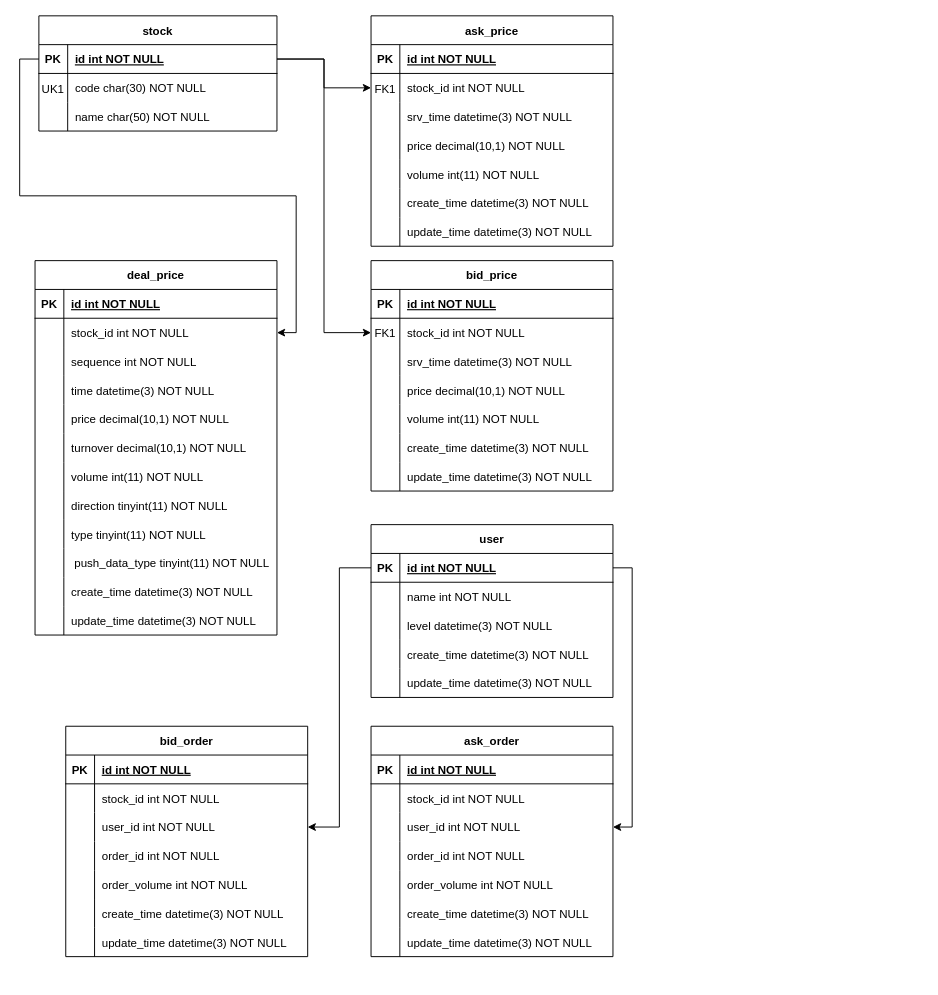
Before: docs/futu.drawio in dulingkang/python, a draw.io diagram. Source tidied: cells renumbered, new cells numbered last; positions are measured from the earlier drawing's top-left corner, leaving out a move shared by most shapes. Both pictures are drawn from the tidied source at 96%, with x=0, y=0 at pixel (35, 15).
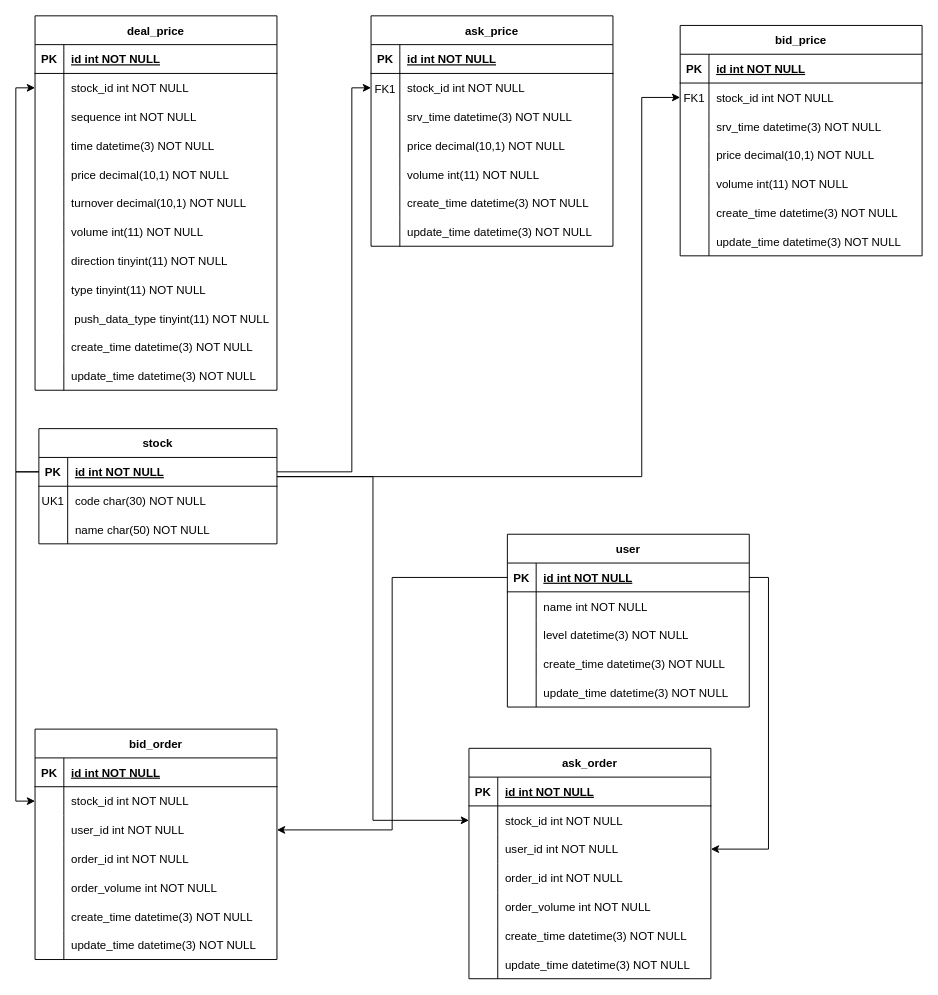
After the change.

The change refers to these unchanged cells:
```xml
<mxCell id="6" style="shape=partialRectangle;fillColor=none;points=[[0,0.5],[1,0.5]];portConstraint=eastwest;top=0;left=0;right=0;bottom=0;" parent="2" vertex="1">
  <mxGeometry y="60" width="252" height="30" as="geometry" />
</mxCell>
<mxCell id="25" style="shape=partialRectangle;fillColor=none;points=[[0,0.5],[1,0.5]];portConstraint=eastwest;top=0;left=0;right=0;bottom=1;" parent="24" vertex="1">
  <mxGeometry y="30" width="248" height="30" as="geometry" />
</mxCell>
<mxCell id="40" style="shape=partialRectangle;fillColor=none;points=[[0,0.5],[1,0.5]];portConstraint=eastwest;top=0;left=0;right=0;bottom=0;" parent="36" vertex="1">
  <mxGeometry y="60" width="252" height="30" as="geometry" />
</mxCell>
<mxCell id="63" style="shape=partialRectangle;fillColor=none;points=[[0,0.5],[1,0.5]];portConstraint=eastwest;top=0;left=0;right=0;bottom=0;" parent="59" vertex="1">
  <mxGeometry y="60" width="252" height="30" as="geometry" />
</mxCell>
<mxCell id="116" style="shape=partialRectangle;fillColor=none;points=[[0,0.5],[1,0.5]];portConstraint=eastwest;top=0;left=0;right=0;bottom=0;" parent="112" vertex="1">
  <mxGeometry y="60" width="252" height="30" as="geometry" />
</mxCell>
<mxCell id="138" style="shape=partialRectangle;fillColor=none;points=[[0,0.5],[1,0.5]];portConstraint=eastwest;top=0;left=0;right=0;bottom=0;" parent="134" vertex="1">
  <mxGeometry y="60" width="252" height="30" as="geometry" />
</mxCell>
```

The edit, as a diff of the source:
```diff
@@
     <mxCell id="24" value="stock" style="shape=table;startSize=30;childLayout=tableLayout;rowLines=0;fontStyle=1;align=center;" parent="1" vertex="1">
-      <mxGeometry x="4" width="248" height="120" as="geometry" />
+      <mxGeometry x="4" y="430" width="248" height="120" as="geometry" />
     </mxCell>
@@
     <mxCell id="34" value="UK1" style="shape=partialRectangle;overflow=hidden;fillColor=none;top=0;left=0;bottom=0;right=0;" parent="1" vertex="1">
-      <mxGeometry x="4" y="60.5" width="30" height="30" as="geometry" />
+      <mxGeometry x="4" y="490.5" width="30" height="30" as="geometry" />
     </mxCell>
@@
     <mxCell id="36" value="bid_price" style="shape=table;startSize=30;childLayout=tableLayout;rowLines=0;fontStyle=1;align=center;" parent="1" vertex="1">
-      <mxGeometry x="350" y="255" width="252" height="240" as="geometry" />
+      <mxGeometry x="672" y="10" width="252" height="240" as="geometry" />
     </mxCell>
@@
     <mxCell id="58" value="FK1" style="shape=partialRectangle;overflow=hidden;fillColor=none;top=0;left=0;bottom=0;right=0;" parent="1" vertex="1">
-      <mxGeometry x="350" y="315.5" width="30" height="30" as="geometry" />
+      <mxGeometry x="672" y="70.5" width="30" height="30" as="geometry" />
     </mxCell>
     <mxCell id="59" value="deal_price" style="shape=table;startSize=30;childLayout=tableLayout;rowLines=0;fontStyle=1;align=center;" parent="1" vertex="1">
-      <mxGeometry y="255" width="252" height="390" as="geometry" />
+      <mxGeometry width="252" height="390" as="geometry" />
     </mxCell>
@@
     <mxCell id="96" value="user" style="shape=table;startSize=30;childLayout=tableLayout;rowLines=0;fontStyle=1;align=center;" parent="1" vertex="1">
-      <mxGeometry x="350" y="530" width="252" height="180" as="geometry" />
+      <mxGeometry x="492" y="540" width="252" height="180" as="geometry" />
     </mxCell>
@@
     <mxCell id="112" value="bid_order" style="shape=table;startSize=30;childLayout=tableLayout;rowLines=0;fontStyle=1;align=center;" parent="1" vertex="1">
-      <mxGeometry x="32" y="740" width="252" height="240" as="geometry" />
+      <mxGeometry y="743" width="252" height="240" as="geometry" />
     </mxCell>
@@
     <mxCell id="134" value="ask_order" style="shape=table;startSize=30;childLayout=tableLayout;rowLines=0;fontStyle=1;align=center;" parent="1" vertex="1">
-      <mxGeometry x="350" y="740" width="252" height="240" as="geometry" />
+      <mxGeometry x="452" y="763" width="252" height="240" as="geometry" />
     </mxCell>
@@
     <mxCell id="158" style="edgeStyle=orthogonalEdgeStyle;rounded=0;jettySize=auto;html=1;" parent="1" edge="1" source="25" target="6">
-      <mxGeometry relative="1" as="geometry" />
+      <mxGeometry relative="1" as="geometry">
+        <Array as="points">
+          <mxPoint x="330" y="475" />
+          <mxPoint x="330" y="75" />
+        </Array>
+      </mxGeometry>
     </mxCell>
     <mxCell id="159" style="edgeStyle=orthogonalEdgeStyle;rounded=0;jettySize=auto;html=1;" parent="1" edge="1" source="25" target="40">
-      <mxGeometry relative="1" as="geometry" />
+      <mxGeometry relative="1" as="geometry">
+        <Array as="points">
+          <mxPoint x="632" y="480" />
+          <mxPoint x="632" y="85" />
+        </Array>
+      </mxGeometry>
     </mxCell>
-    <mxCell id="160" style="edgeStyle=orthogonalEdgeStyle;rounded=0;jettySize=auto;html=1;entryX=1;entryY=0.5;entryDx=0;entryDy=0;" parent="1" edge="1" source="25" target="63">
+    <mxCell id="160" style="edgeStyle=orthogonalEdgeStyle;rounded=0;jettySize=auto;html=1;entryX=0;entryY=0.5;entryDx=0;entryDy=0;" parent="1" edge="1" source="25" target="63">
       <mxGeometry relative="1" as="geometry" />
     </mxCell>
+    <mxCell id="161" style="edgeStyle=orthogonalEdgeStyle;rounded=0;jettySize=auto;html=1;entryX=0;entryY=0.5;entryDx=0;entryDy=0;" parent="1" edge="1" source="25" target="116">
+      <mxGeometry relative="1" as="geometry" />
+    </mxCell>
+    <mxCell id="162" style="edgeStyle=orthogonalEdgeStyle;rounded=0;jettySize=auto;html=1;entryX=0;entryY=0.5;entryDx=0;entryDy=0;" parent="1" edge="1" source="25" target="138">
+      <mxGeometry relative="1" as="geometry">
+        <Array as="points">
+          <mxPoint x="352" y="480" />
+          <mxPoint x="352" y="838" />
+        </Array>
+      </mxGeometry>
+    </mxCell>
```
